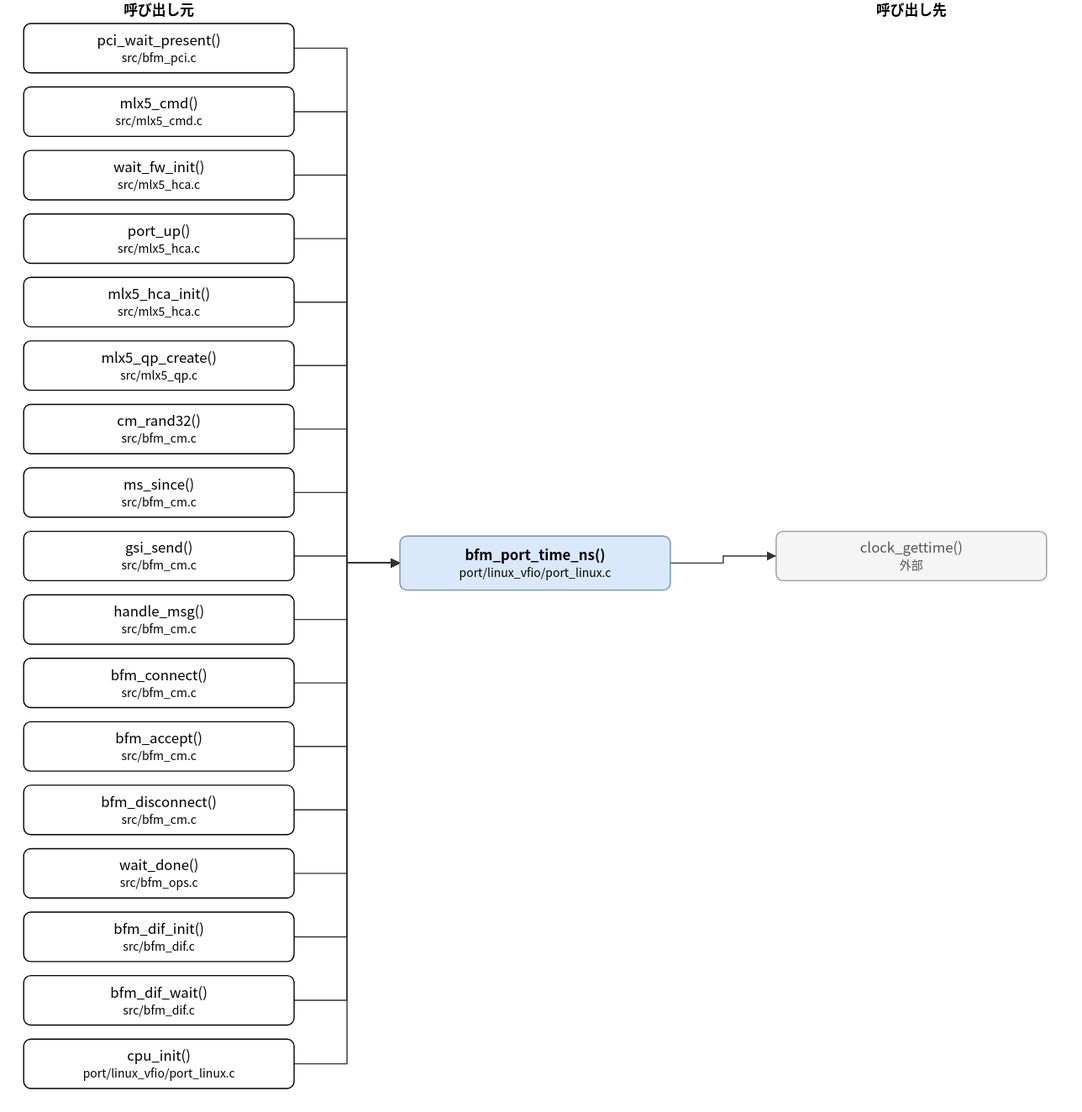
Earlier version of the draw.io export doc/spec/images/call_port_linux_vfio_port_linux-bfm_port_time_ns.drawio.svg (hf355051012-ai/bfmem). Source tidied: cells renumbered, new cells last; positions are measured from the earlier drawing's top-left corner, leaving out a move shared by most shapes.
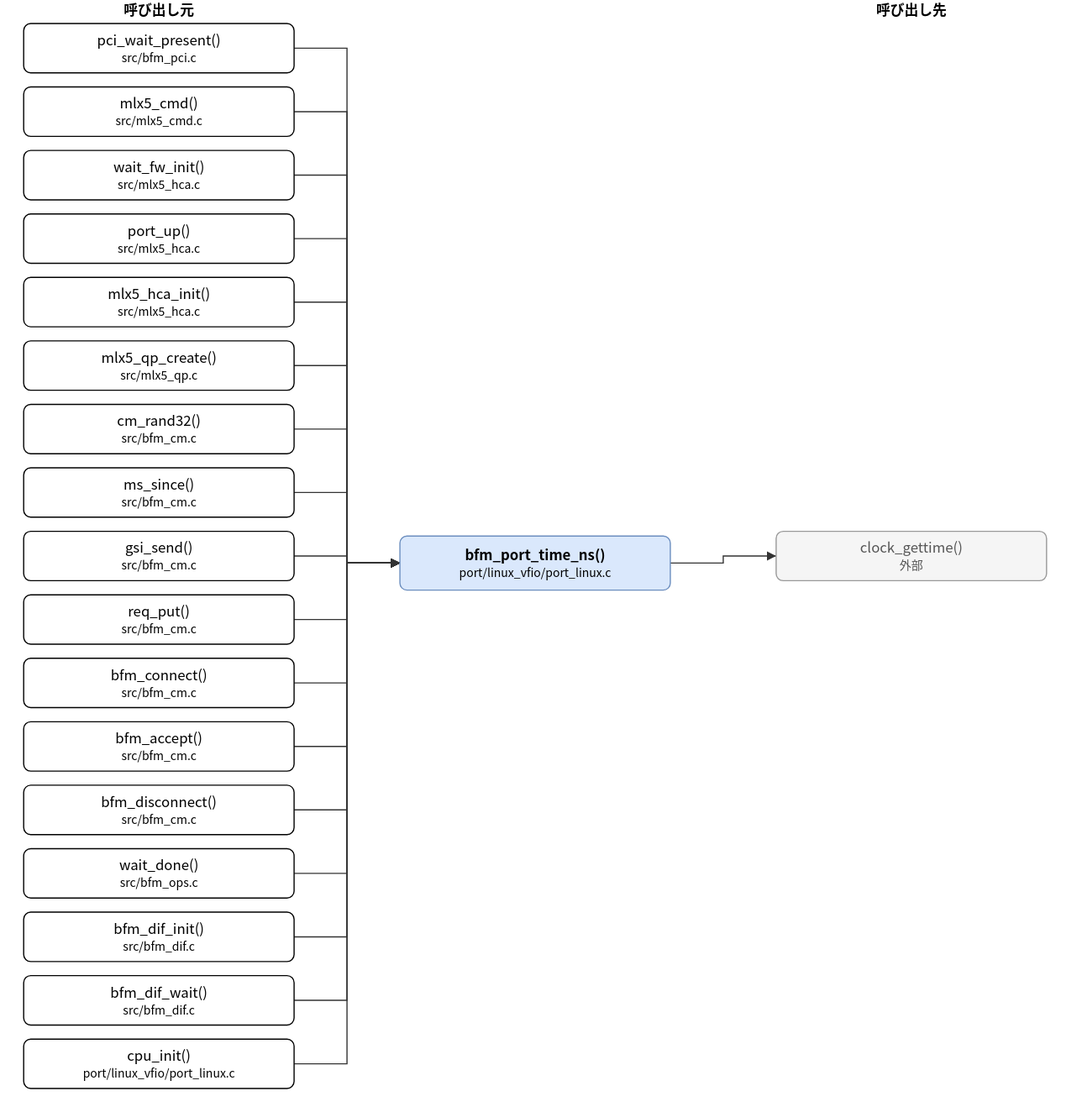
The same file after the commit.

What changed in the source:
```diff
@@ -32,7 +32,7 @@
     <mxCell id="11" value="gsi_send()&lt;br&gt;&lt;font style=&quot;font-size:10px&quot;&gt;src/bfm_cm.c&lt;/font&gt;" style="rounded=1;whiteSpace=wrap;html=1;" parent="1" vertex="1">
       <mxGeometry y="452" width="230" height="42" as="geometry" />
     </mxCell>
-    <mxCell id="12" value="handle_msg()&lt;br&gt;&lt;font style=&quot;font-size:10px&quot;&gt;src/bfm_cm.c&lt;/font&gt;" style="rounded=1;whiteSpace=wrap;html=1;" parent="1" vertex="1">
+    <mxCell id="12" value="req_put()&lt;br&gt;&lt;font style=&quot;font-size:10px&quot;&gt;src/bfm_cm.c&lt;/font&gt;" style="rounded=1;whiteSpace=wrap;html=1;" parent="1" vertex="1">
       <mxGeometry y="506" width="230" height="42" as="geometry" />
     </mxCell>
     <mxCell id="13" value="bfm_connect()&lt;br&gt;&lt;font style=&quot;font-size:10px&quot;&gt;src/bfm_cm.c&lt;/font&gt;" style="rounded=1;whiteSpace=wrap;html=1;" parent="1" vertex="1">
```
